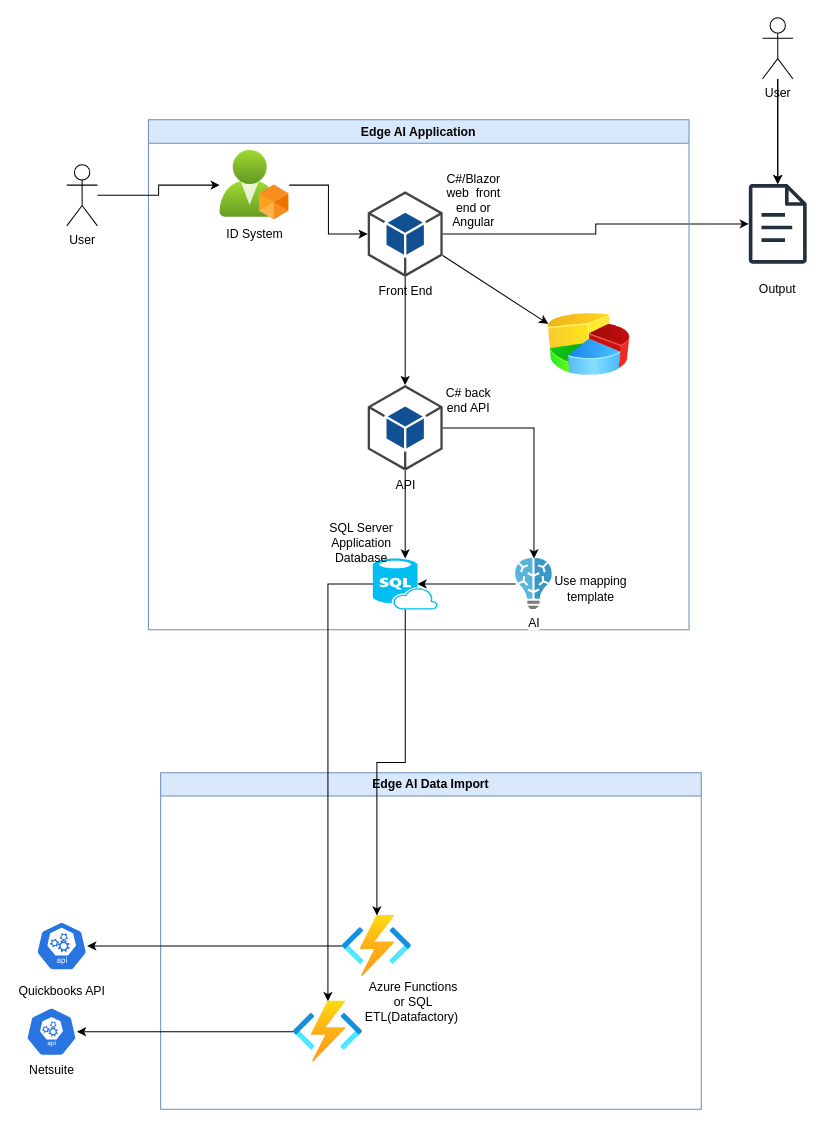
The draw.io diagram EdgeAI.drawio in mattwatts36/drawings, before the edit. Source tidied: cells renumbered, new cells numbered last; positions are measured from the earlier drawing's top-left corner, leaving out a move shared by most shapes. Both pictures are drawn from the tidied source at 102%, with x=0, y=0 at pixel (26, 17).
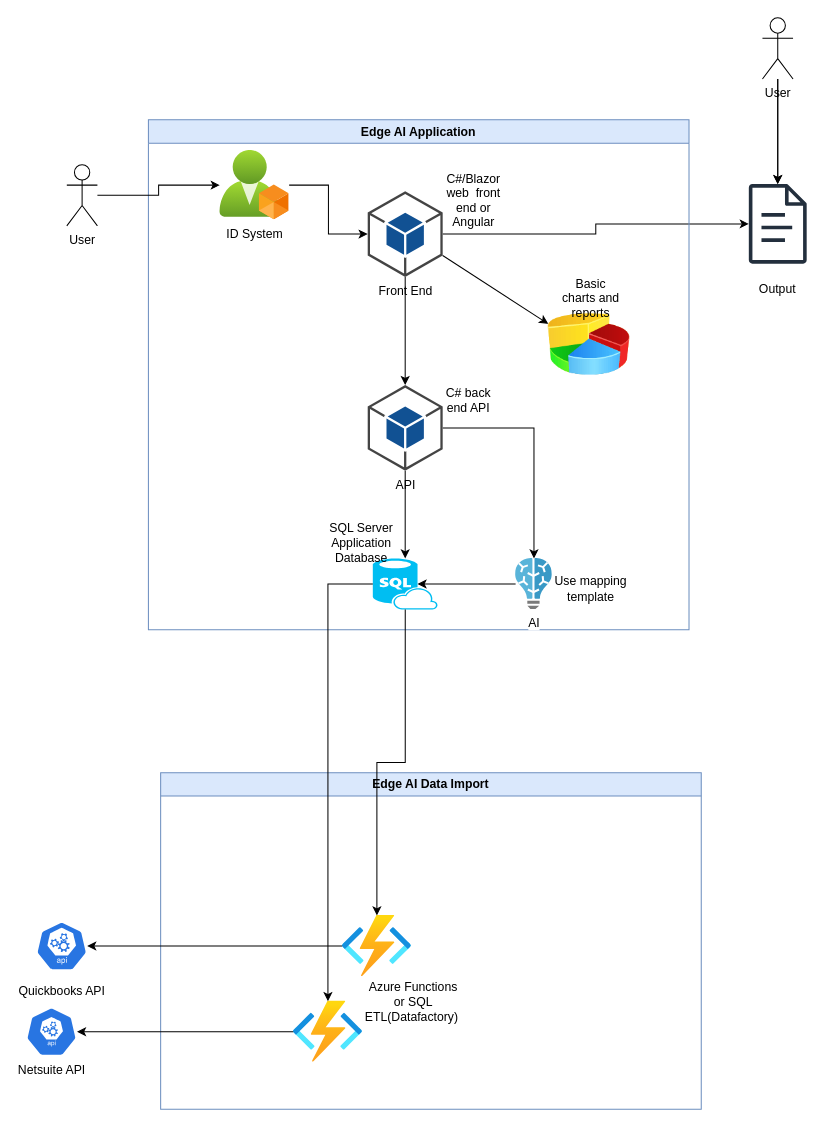
The same page after the edit.

The change refers to these unchanged cells:
```xml
<mxCell id="13" value="Edge AI Application" style="swimlane;whiteSpace=wrap;html=1;fillColor=#dae8fc;strokeColor=#6c8ebf;" parent="1" vertex="1">
  <mxGeometry x="120" y="100" width="530" height="500" as="geometry" />
</mxCell>
```

Change to the diagram source:
```diff
@@
+    <mxCell id="37" value="Basic charts and reports" style="text;html=1;strokeColor=none;fillColor=none;align=center;verticalAlign=middle;whiteSpace=wrap;rounded=0;" parent="13" vertex="1">
+      <mxGeometry x="404" y="160" width="60" height="30" as="geometry" />
+    </mxCell>
@@
-    <mxCell id="32" value="Netsuite" style="sketch=0;html=1;dashed=0;whitespace=wrap;fillColor=#2875E2;strokeColor=#ffffff;points=[[0.005,0.63,0],[0.1,0.2,0],[0.9,0.2,0],[0.5,0,0],[0.995,0.63,0],[0.72,0.99,0],[0.5,1,0],[0.28,0.99,0]];verticalLabelPosition=bottom;align=center;verticalAlign=top;shape=mxgraph.kubernetes.icon;prIcon=api;" parent="1" vertex="1">
+    <mxCell id="32" value="Netsuite API" style="sketch=0;html=1;dashed=0;whitespace=wrap;fillColor=#2875E2;strokeColor=#ffffff;points=[[0.005,0.63,0],[0.1,0.2,0],[0.9,0.2,0],[0.5,0,0],[0.995,0.63,0],[0.72,0.99,0],[0.5,1,0],[0.28,0.99,0]];verticalLabelPosition=bottom;align=center;verticalAlign=top;shape=mxgraph.kubernetes.icon;prIcon=api;" parent="1" vertex="1">
       <mxGeometry y="970" width="50" height="48" as="geometry" />
     </mxCell>
```
